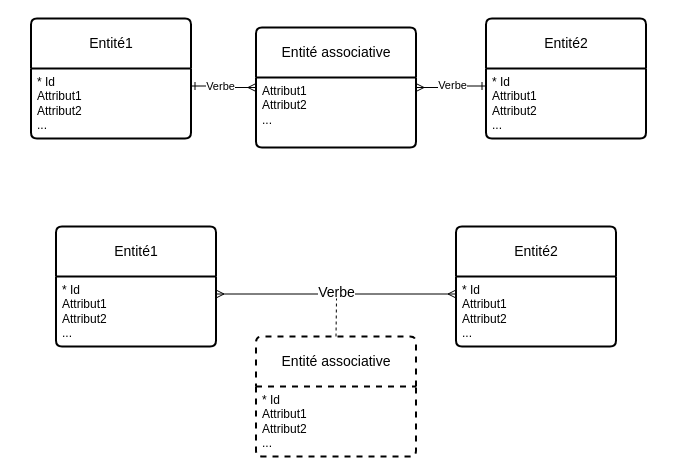
Above: générique-entité-n-n-attributs-1.drawio in wilcar/BDD (draw.io), before the change. Source tidied: cells renumbered, new cells numbered last; positions are measured from the earlier drawing's top-left corner, leaving out a move shared by most shapes. Both pictures are drawn from the tidied source at 100%, with x=0, y=0 at pixel (30, 18).
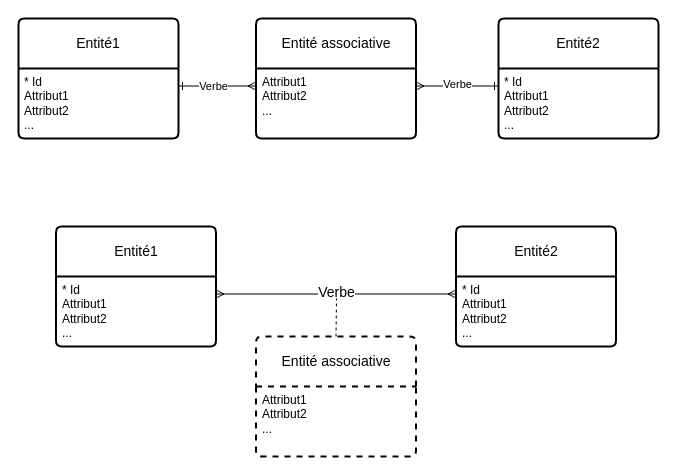
Above is the later version.

Commit message:
Mettre à jour générique-entité-n-n-attributs-1.drawio

Unchanged cells that the change refers to:
```xml
<mxCell id="8" value="Entité associative" style="swimlane;horizontal=1;startSize=50;rounded=1;fontSize=14;fontStyle=0;strokeWidth=2;shadow=0;dashed=1;align=center;arcSize=4;whiteSpace=wrap;html=1;" parent="1" vertex="1">
  <mxGeometry x="225.5" y="318" width="160" height="120" as="geometry" />
</mxCell>
<mxCell id="12" value="&lt;div&gt;* Id&lt;/div&gt;&lt;div&gt;Attribut1&lt;/div&gt;&lt;div&gt;Attribut2&lt;/div&gt;&lt;div&gt;...&lt;br&gt;&lt;/div&gt;" style="align=left;strokeColor=none;fillColor=none;spacingLeft=4;fontSize=12;verticalAlign=top;html=1;" parent="11" vertex="1">
  <mxGeometry y="50" width="160" height="70" as="geometry" />
</mxCell>
<mxCell id="14" value="&lt;div&gt;* Id&lt;/div&gt;&lt;div&gt;Attribut1&lt;/div&gt;&lt;div&gt;Attribut2&lt;/div&gt;&lt;div&gt;...&lt;br&gt;&lt;/div&gt;" style="align=left;strokeColor=none;fillColor=none;spacingLeft=4;fontSize=12;verticalAlign=top;html=1;" parent="13" vertex="1">
  <mxGeometry y="50" width="160" height="70" as="geometry" />
</mxCell>
<mxCell id="21" value="&lt;div&gt;Attribut1&lt;/div&gt;&lt;div&gt;Attribut2&lt;/div&gt;&lt;div&gt;...&lt;br&gt;&lt;/div&gt;" style="align=left;strokeColor=none;fillColor=none;spacingLeft=4;fontSize=12;verticalAlign=top;html=1;dashed=1;" parent="20" vertex="1">
  <mxGeometry y="50" width="160" height="70" as="geometry" />
</mxCell>
```

What changed in the source:
```diff
@@
-    <mxCell id="9" value="&lt;div&gt;* Id&lt;/div&gt;&lt;div&gt;Attribut1&lt;/div&gt;&lt;div&gt;Attribut2&lt;/div&gt;&lt;div&gt;...&lt;br&gt;&lt;/div&gt;" style="align=left;strokeColor=none;fillColor=none;spacingLeft=4;fontSize=12;verticalAlign=top;html=1;dashed=1;" parent="8" vertex="1">
+    <mxCell id="9" value="&lt;div&gt;&lt;span style=&quot;background-color: initial;&quot;&gt;Attribut1&lt;/span&gt;&lt;br&gt;&lt;/div&gt;&lt;div&gt;Attribut2&lt;/div&gt;&lt;div&gt;...&lt;br&gt;&lt;/div&gt;" style="align=left;strokeColor=none;fillColor=none;spacingLeft=4;fontSize=12;verticalAlign=top;html=1;dashed=1;" parent="8" vertex="1">
       <mxGeometry y="50" width="160" height="70" as="geometry" />
     </mxCell>
@@
     <mxCell id="11" value="Entité1" style="swimlane;horizontal=1;startSize=50;rounded=1;fontSize=14;fontStyle=0;strokeWidth=2;shadow=0;dashed=0;align=center;arcSize=4;whiteSpace=wrap;html=1;" parent="1" vertex="1">
-      <mxGeometry x="0.5" width="160" height="120" as="geometry" />
+      <mxGeometry x="-12" width="160" height="120" as="geometry" />
     </mxCell>
@@
     <mxCell id="13" value="Entité2" style="swimlane;horizontal=1;startSize=50;rounded=1;fontSize=14;fontStyle=0;strokeWidth=2;shadow=0;dashed=0;align=center;arcSize=4;whiteSpace=wrap;html=1;" parent="1" vertex="1">
-      <mxGeometry x="455.5" width="160" height="120" as="geometry" />
+      <mxGeometry x="468" width="160" height="120" as="geometry" />
     </mxCell>
@@
-    <mxCell id="15" style="edgeStyle=entityRelationEdgeStyle;fontSize=12;html=1;endArrow=ERone;startArrow=ERmany;rounded=0;exitX=1;exitY=0.5;exitDx=0;exitDy=0;entryX=0;entryY=0.25;entryDx=0;entryDy=0;endFill=0;startFill=0;" parent="1" edge="1" source="20" target="14">
+    <mxCell id="15" style="edgeStyle=entityRelationEdgeStyle;fontSize=12;html=1;endArrow=ERone;startArrow=ERmany;rounded=0;exitX=1;exitY=0.25;exitDx=0;exitDy=0;entryX=0;entryY=0.25;entryDx=0;entryDy=0;endFill=0;startFill=0;" parent="1" edge="1" source="21" target="14">
       <mxGeometry relative="1" as="geometry" />
     </mxCell>
@@
-    <mxCell id="18" style="edgeStyle=entityRelationEdgeStyle;fontSize=12;html=1;endArrow=ERmany;startArrow=ERone;rounded=0;exitX=1;exitY=0.25;exitDx=0;exitDy=0;entryX=0;entryY=0.5;entryDx=0;entryDy=0;endFill=0;startFill=0;" parent="1" edge="1" source="12" target="20">
+    <mxCell id="18" style="edgeStyle=entityRelationEdgeStyle;fontSize=12;html=1;endArrow=ERmany;startArrow=ERone;rounded=0;exitX=1;exitY=0.25;exitDx=0;exitDy=0;entryX=0;entryY=0.25;entryDx=0;entryDy=0;endFill=0;startFill=0;" parent="1" edge="1" source="12" target="21">
       <mxGeometry relative="1" as="geometry" />
     </mxCell>
@@
     <mxCell id="20" value="Entité associative" style="swimlane;horizontal=1;startSize=50;rounded=1;fontSize=14;fontStyle=0;strokeWidth=2;shadow=0;align=center;arcSize=4;whiteSpace=wrap;html=1;" parent="1" vertex="1">
-      <mxGeometry x="225.5" y="9" width="160" height="120" as="geometry" />
+      <mxGeometry x="225.5" width="160" height="120" as="geometry" />
     </mxCell>
```
